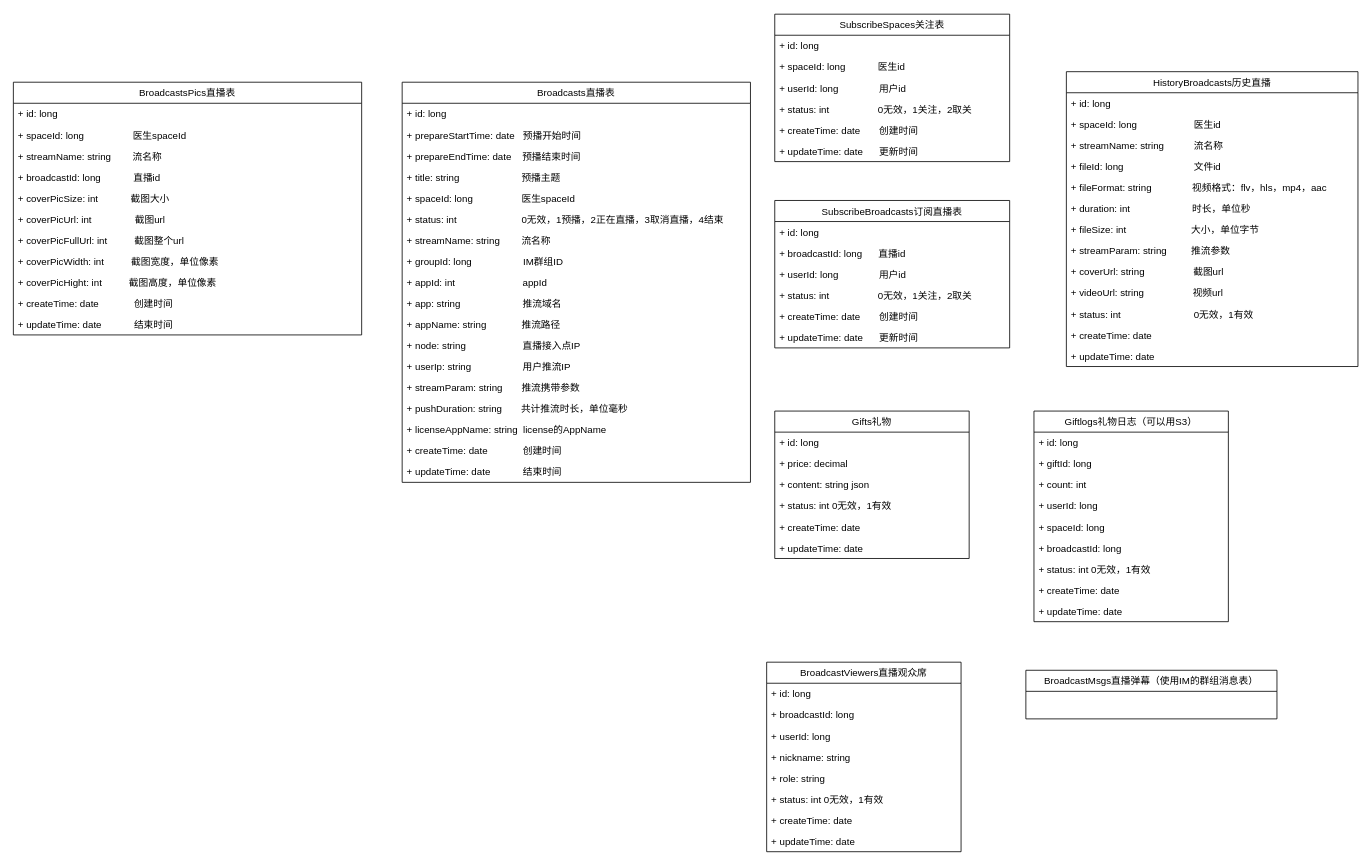
This is 直播类图.drawio from qq584686739/draw, a draw.io file, before an edit. Source tidied: cells renumbered, new cells numbered last; positions are measured from the earlier drawing's top-left corner, leaving out a move shared by most shapes. Both pictures are drawn from the tidied source at 81%, with x=0, y=0 at pixel (13, 14).
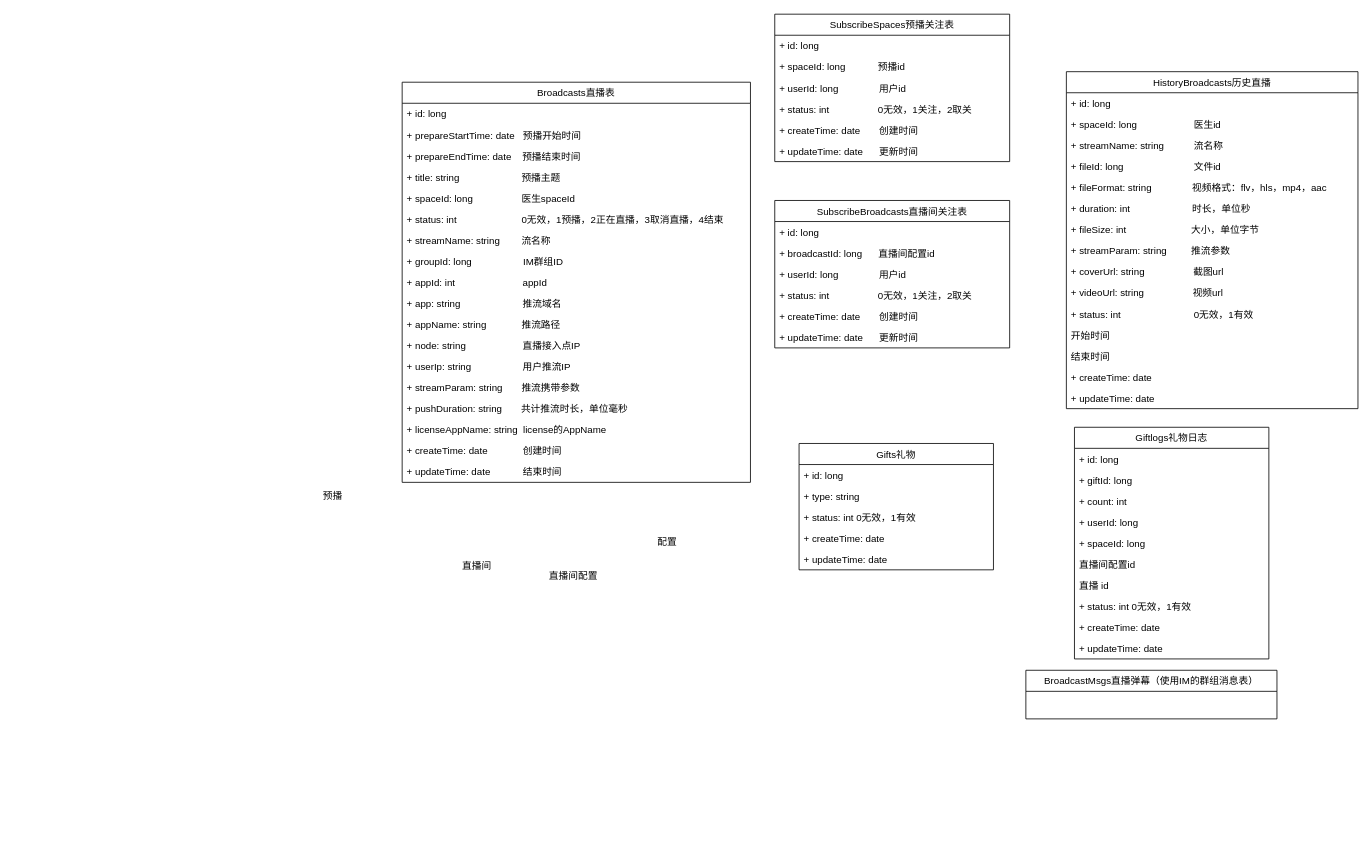
The same page after the edit.

Diff of the diagram source:
```diff
@@
-    <mxCell id="21" value="SubscribeBroadcasts订阅直播表" style="swimlane;fontStyle=0;horizontal=1;startSize=26;fillColor=none;" parent="1" vertex="1">
+    <mxCell id="21" value="SubscribeBroadcasts直播间关注表" style="swimlane;fontStyle=0;horizontal=1;startSize=26;fillColor=none;" parent="1" vertex="1">
       <mxGeometry x="940" y="230" width="290" height="182" as="geometry" />
     </mxCell>
@@
-    <mxCell id="23" value="+ broadcastId: long      直播id" style="text;strokeColor=none;fillColor=none;align=left;verticalAlign=top;spacingLeft=4;spacingRight=4;overflow=hidden;" parent="21" vertex="1">
+    <mxCell id="23" value="+ broadcastId: long      直播间配置id" style="text;strokeColor=none;fillColor=none;align=left;verticalAlign=top;spacingLeft=4;spacingRight=4;overflow=hidden;" parent="21" vertex="1">
       <mxGeometry y="52" width="290" height="26" as="geometry" />
     </mxCell>
@@
-    <mxCell id="28" value="Gifts礼物" style="swimlane;fontStyle=0;horizontal=1;startSize=26;fillColor=none;" parent="1" vertex="1">
-      <mxGeometry x="940" y="490" width="240" height="182" as="geometry" />
-    </mxCell>
-    <mxCell id="29" value="+ id: long" style="text;strokeColor=none;fillColor=none;align=left;verticalAlign=top;spacingLeft=4;spacingRight=4;overflow=hidden;" parent="28" vertex="1">
-      <mxGeometry y="26" width="240" height="26" as="geometry" />
-    </mxCell>
-    <mxCell id="30" value="+ price: decimal" style="text;strokeColor=none;fillColor=none;align=left;verticalAlign=top;spacingLeft=4;spacingRight=4;overflow=hidden;" parent="28" vertex="1">
-      <mxGeometry y="52" width="240" height="26" as="geometry" />
-    </mxCell>
-    <mxCell id="31" value="+ content: string json" style="text;strokeColor=none;fillColor=none;align=left;verticalAlign=top;spacingLeft=4;spacingRight=4;overflow=hidden;" parent="28" vertex="1">
-      <mxGeometry y="78" width="240" height="26" as="geometry" />
-    </mxCell>
-    <mxCell id="32" value="+ status: int 0无效，1有效" style="text;strokeColor=none;fillColor=none;align=left;verticalAlign=top;spacingLeft=4;spacingRight=4;overflow=hidden;" parent="28" vertex="1">
-      <mxGeometry y="104" width="240" height="26" as="geometry" />
-    </mxCell>
-    <mxCell id="33" value="+ createTime: date" style="text;strokeColor=none;fillColor=none;align=left;verticalAlign=top;spacingLeft=4;spacingRight=4;overflow=hidden;" parent="28" vertex="1">
-      <mxGeometry y="130" width="240" height="26" as="geometry" />
-    </mxCell>
-    <mxCell id="34" value="+ updateTime: date" style="text;strokeColor=none;fillColor=none;align=left;verticalAlign=top;spacingLeft=4;spacingRight=4;overflow=hidden;" parent="28" vertex="1">
-      <mxGeometry y="156" width="240" height="26" as="geometry" />
-    </mxCell>
-    <mxCell id="35" value="Giftlogs礼物日志（可以用S3）" style="swimlane;fontStyle=0;horizontal=1;startSize=26;fillColor=none;" parent="1" vertex="1">
-      <mxGeometry x="1260" y="490" width="240" height="260" as="geometry" />
-    </mxCell>
-    <mxCell id="36" value="+ id: long" style="text;strokeColor=none;fillColor=none;align=left;verticalAlign=top;spacingLeft=4;spacingRight=4;overflow=hidden;" parent="35" vertex="1">
-      <mxGeometry y="26" width="240" height="26" as="geometry" />
-    </mxCell>
-    <mxCell id="37" value="+ giftId: long" style="text;strokeColor=none;fillColor=none;align=left;verticalAlign=top;spacingLeft=4;spacingRight=4;overflow=hidden;" parent="35" vertex="1">
-      <mxGeometry y="52" width="240" height="26" as="geometry" />
-    </mxCell>
-    <mxCell id="38" value="+ count: int" style="text;strokeColor=none;fillColor=none;align=left;verticalAlign=top;spacingLeft=4;spacingRight=4;overflow=hidden;" parent="35" vertex="1">
-      <mxGeometry y="78" width="240" height="26" as="geometry" />
-    </mxCell>
-    <mxCell id="39" value="+ userId: long" style="text;strokeColor=none;fillColor=none;align=left;verticalAlign=top;spacingLeft=4;spacingRight=4;overflow=hidden;" parent="35" vertex="1">
-      <mxGeometry y="104" width="240" height="26" as="geometry" />
-    </mxCell>
-    <mxCell id="40" value="+ spaceId: long" style="text;strokeColor=none;fillColor=none;align=left;verticalAlign=top;spacingLeft=4;spacingRight=4;overflow=hidden;" parent="35" vertex="1">
-      <mxGeometry y="130" width="240" height="26" as="geometry" />
-    </mxCell>
-    <mxCell id="41" value="+ broadcastId: long" style="text;strokeColor=none;fillColor=none;align=left;verticalAlign=top;spacingLeft=4;spacingRight=4;overflow=hidden;" parent="35" vertex="1">
-      <mxGeometry y="156" width="240" height="26" as="geometry" />
-    </mxCell>
-    <mxCell id="42" value="+ status: int 0无效，1有效" style="text;strokeColor=none;fillColor=none;align=left;verticalAlign=top;spacingLeft=4;spacingRight=4;overflow=hidden;" parent="35" vertex="1">
-      <mxGeometry y="182" width="240" height="26" as="geometry" />
-    </mxCell>
-    <mxCell id="43" value="+ createTime: date" style="text;strokeColor=none;fillColor=none;align=left;verticalAlign=top;spacingLeft=4;spacingRight=4;overflow=hidden;" parent="35" vertex="1">
-      <mxGeometry y="208" width="240" height="26" as="geometry" />
-    </mxCell>
-    <mxCell id="44" value="+ updateTime: date" style="text;strokeColor=none;fillColor=none;align=left;verticalAlign=top;spacingLeft=4;spacingRight=4;overflow=hidden;" parent="35" vertex="1">
-      <mxGeometry y="234" width="240" height="26" as="geometry" />
-    </mxCell>
-    <mxCell id="45" value="SubscribeSpaces关注表" style="swimlane;fontStyle=0;horizontal=1;startSize=26;fillColor=none;" parent="1" vertex="1">
+    <mxCell id="45" value="SubscribeSpaces预播关注表" style="swimlane;fontStyle=0;horizontal=1;startSize=26;fillColor=none;" parent="1" vertex="1">
       <mxGeometry x="940" width="290" height="182" as="geometry" />
     </mxCell>
@@
-    <mxCell id="47" value="+ spaceId: long            医生id" style="text;strokeColor=none;fillColor=none;align=left;verticalAlign=top;spacingLeft=4;spacingRight=4;overflow=hidden;" parent="45" vertex="1">
+    <mxCell id="47" value="+ spaceId: long            预播id" style="text;strokeColor=none;fillColor=none;align=left;verticalAlign=top;spacingLeft=4;spacingRight=4;overflow=hidden;" parent="45" vertex="1">
       <mxGeometry y="52" width="290" height="26" as="geometry" />
     </mxCell>
@@
     <mxCell id="52" value="HistoryBroadcasts历史直播" style="swimlane;fontStyle=0;horizontal=1;startSize=26;fillColor=none;" parent="1" vertex="1">
-      <mxGeometry x="1300" y="71" width="360" height="364" as="geometry" />
+      <mxGeometry x="1300" y="71" width="360" height="416" as="geometry" />
     </mxCell>
@@
+    <mxCell id="88" value="开始时间" style="text;strokeColor=none;fillColor=none;align=left;verticalAlign=top;spacingLeft=4;spacingRight=4;overflow=hidden;" parent="52" vertex="1">
+      <mxGeometry y="312" width="360" height="26" as="geometry" />
+    </mxCell>
+    <mxCell id="89" value="结束时间" style="text;strokeColor=none;fillColor=none;align=left;verticalAlign=top;spacingLeft=4;spacingRight=4;overflow=hidden;" parent="52" vertex="1">
+      <mxGeometry y="338" width="360" height="26" as="geometry" />
+    </mxCell>
     <mxCell id="64" value="+ createTime: date" style="text;strokeColor=none;fillColor=none;align=left;verticalAlign=top;spacingLeft=4;spacingRight=4;overflow=hidden;" parent="52" vertex="1">
-      <mxGeometry y="312" width="360" height="26" as="geometry" />
+      <mxGeometry y="364" width="360" height="26" as="geometry" />
     </mxCell>
     <mxCell id="65" value="+ updateTime: date" style="text;strokeColor=none;fillColor=none;align=left;verticalAlign=top;spacingLeft=4;spacingRight=4;overflow=hidden;" parent="52" vertex="1">
-      <mxGeometry y="338" width="360" height="26" as="geometry" />
+      <mxGeometry y="390" width="360" height="26" as="geometry" />
     </mxCell>
-    <mxCell id="66" value="BroadcastsPics直播表" style="swimlane;fontStyle=0;horizontal=1;startSize=26;fillColor=none;" parent="1" vertex="1">
-      <mxGeometry y="84" width="430" height="312" as="geometry" />
-    </mxCell>
-    <mxCell id="67" value="+ id: long" style="text;strokeColor=none;fillColor=none;align=left;verticalAlign=top;spacingLeft=4;spacingRight=4;overflow=hidden;" parent="66" vertex="1">
-      <mxGeometry y="26" width="430" height="26" as="geometry" />
-    </mxCell>
-    <mxCell id="68" value="+ spaceId: long                  医生spaceId" style="text;strokeColor=none;fillColor=none;align=left;verticalAlign=top;spacingLeft=4;spacingRight=4;overflow=hidden;" parent="66" vertex="1">
-      <mxGeometry y="52" width="430" height="26" as="geometry" />
-    </mxCell>
-    <mxCell id="69" value="+ streamName: string        流名称" style="text;strokeColor=none;fillColor=none;align=left;verticalAlign=top;spacingLeft=4;spacingRight=4;overflow=hidden;" parent="66" vertex="1">
-      <mxGeometry y="78" width="430" height="26" as="geometry" />
-    </mxCell>
-    <mxCell id="70" value="+ broadcastId: long            直播id" style="text;strokeColor=none;fillColor=none;align=left;verticalAlign=top;spacingLeft=4;spacingRight=4;overflow=hidden;" parent="66" vertex="1">
-      <mxGeometry y="104" width="430" height="26" as="geometry" />
-    </mxCell>
-    <mxCell id="71" value="+ coverPicSize: int            截图大小" style="text;strokeColor=none;fillColor=none;align=left;verticalAlign=top;spacingLeft=4;spacingRight=4;overflow=hidden;" parent="66" vertex="1">
-      <mxGeometry y="130" width="430" height="26" as="geometry" />
-    </mxCell>
-    <mxCell id="72" value="+ coverPicUrl: int                截图url" style="text;strokeColor=none;fillColor=none;align=left;verticalAlign=top;spacingLeft=4;spacingRight=4;overflow=hidden;" parent="66" vertex="1">
-      <mxGeometry y="156" width="430" height="26" as="geometry" />
-    </mxCell>
-    <mxCell id="73" value="+ coverPicFullUrl: int          截图整个url" style="text;strokeColor=none;fillColor=none;align=left;verticalAlign=top;spacingLeft=4;spacingRight=4;overflow=hidden;" parent="66" vertex="1">
-      <mxGeometry y="182" width="430" height="26" as="geometry" />
-    </mxCell>
-    <mxCell id="74" value="+ coverPicWidth: int          截图宽度，单位像素" style="text;strokeColor=none;fillColor=none;align=left;verticalAlign=top;spacingLeft=4;spacingRight=4;overflow=hidden;" parent="66" vertex="1">
-      <mxGeometry y="208" width="430" height="26" as="geometry" />
-    </mxCell>
-    <mxCell id="75" value="+ coverPicHight: int          截图高度，单位像素" style="text;strokeColor=none;fillColor=none;align=left;verticalAlign=top;spacingLeft=4;spacingRight=4;overflow=hidden;" parent="66" vertex="1">
-      <mxGeometry y="234" width="430" height="26" as="geometry" />
-    </mxCell>
-    <mxCell id="76" value="+ createTime: date             创建时间" style="text;strokeColor=none;fillColor=none;align=left;verticalAlign=top;spacingLeft=4;spacingRight=4;overflow=hidden;" parent="66" vertex="1">
-      <mxGeometry y="260" width="430" height="26" as="geometry" />
-    </mxCell>
-    <mxCell id="77" value="+ updateTime: date            结束时间" style="text;strokeColor=none;fillColor=none;align=left;verticalAlign=top;spacingLeft=4;spacingRight=4;overflow=hidden;" parent="66" vertex="1">
-      <mxGeometry y="286" width="430" height="26" as="geometry" />
-    </mxCell>
-    <mxCell id="78" value="BroadcastViewers直播观众席" style="swimlane;fontStyle=0;horizontal=1;startSize=26;fillColor=none;" parent="1" vertex="1">
-      <mxGeometry x="930" y="800" width="240" height="234" as="geometry" />
-    </mxCell>
-    <mxCell id="79" value="+ id: long" style="text;strokeColor=none;fillColor=none;align=left;verticalAlign=top;spacingLeft=4;spacingRight=4;overflow=hidden;" parent="78" vertex="1">
-      <mxGeometry y="26" width="240" height="26" as="geometry" />
-    </mxCell>
-    <mxCell id="80" value="+ broadcastId: long" style="text;strokeColor=none;fillColor=none;align=left;verticalAlign=top;spacingLeft=4;spacingRight=4;overflow=hidden;" parent="78" vertex="1">
-      <mxGeometry y="52" width="240" height="26" as="geometry" />
-    </mxCell>
-    <mxCell id="81" value="+ userId: long" style="text;strokeColor=none;fillColor=none;align=left;verticalAlign=top;spacingLeft=4;spacingRight=4;overflow=hidden;" parent="78" vertex="1">
-      <mxGeometry y="78" width="240" height="26" as="geometry" />
-    </mxCell>
-    <mxCell id="82" value="+ nickname: string" style="text;strokeColor=none;fillColor=none;align=left;verticalAlign=top;spacingLeft=4;spacingRight=4;overflow=hidden;" parent="78" vertex="1">
-      <mxGeometry y="104" width="240" height="26" as="geometry" />
-    </mxCell>
-    <mxCell id="83" value="+ role: string" style="text;strokeColor=none;fillColor=none;align=left;verticalAlign=top;spacingLeft=4;spacingRight=4;overflow=hidden;" parent="78" vertex="1">
-      <mxGeometry y="130" width="240" height="26" as="geometry" />
-    </mxCell>
-    <mxCell id="84" value="+ status: int 0无效，1有效" style="text;strokeColor=none;fillColor=none;align=left;verticalAlign=top;spacingLeft=4;spacingRight=4;overflow=hidden;" parent="78" vertex="1">
-      <mxGeometry y="156" width="240" height="26" as="geometry" />
-    </mxCell>
-    <mxCell id="85" value="+ createTime: date" style="text;strokeColor=none;fillColor=none;align=left;verticalAlign=top;spacingLeft=4;spacingRight=4;overflow=hidden;" parent="78" vertex="1">
-      <mxGeometry y="182" width="240" height="26" as="geometry" />
-    </mxCell>
-    <mxCell id="86" value="+ updateTime: date" style="text;strokeColor=none;fillColor=none;align=left;verticalAlign=top;spacingLeft=4;spacingRight=4;overflow=hidden;" parent="78" vertex="1">
-      <mxGeometry y="208" width="240" height="26" as="geometry" />
-    </mxCell>
@@
+    <mxCell id="35" value="Giftlogs礼物日志" style="swimlane;fontStyle=0;horizontal=1;startSize=26;fillColor=none;" parent="1" vertex="1">
+      <mxGeometry x="1310" y="510" width="240" height="286" as="geometry" />
+    </mxCell>
+    <mxCell id="36" value="+ id: long" style="text;strokeColor=none;fillColor=none;align=left;verticalAlign=top;spacingLeft=4;spacingRight=4;overflow=hidden;" parent="35" vertex="1">
+      <mxGeometry y="26" width="240" height="26" as="geometry" />
+    </mxCell>
+    <mxCell id="37" value="+ giftId: long" style="text;strokeColor=none;fillColor=none;align=left;verticalAlign=top;spacingLeft=4;spacingRight=4;overflow=hidden;" parent="35" vertex="1">
+      <mxGeometry y="52" width="240" height="26" as="geometry" />
+    </mxCell>
+    <mxCell id="38" value="+ count: int" style="text;strokeColor=none;fillColor=none;align=left;verticalAlign=top;spacingLeft=4;spacingRight=4;overflow=hidden;" parent="35" vertex="1">
+      <mxGeometry y="78" width="240" height="26" as="geometry" />
+    </mxCell>
+    <mxCell id="39" value="+ userId: long" style="text;strokeColor=none;fillColor=none;align=left;verticalAlign=top;spacingLeft=4;spacingRight=4;overflow=hidden;" parent="35" vertex="1">
+      <mxGeometry y="104" width="240" height="26" as="geometry" />
+    </mxCell>
+    <mxCell id="40" value="+ spaceId: long" style="text;strokeColor=none;fillColor=none;align=left;verticalAlign=top;spacingLeft=4;spacingRight=4;overflow=hidden;" parent="35" vertex="1">
+      <mxGeometry y="130" width="240" height="26" as="geometry" />
+    </mxCell>
+    <mxCell id="41" value="直播间配置id" style="text;strokeColor=none;fillColor=none;align=left;verticalAlign=top;spacingLeft=4;spacingRight=4;overflow=hidden;" parent="35" vertex="1">
+      <mxGeometry y="156" width="240" height="26" as="geometry" />
+    </mxCell>
+    <mxCell id="90" value="直播 id" style="text;strokeColor=none;fillColor=none;align=left;verticalAlign=top;spacingLeft=4;spacingRight=4;overflow=hidden;" parent="35" vertex="1">
+      <mxGeometry y="182" width="240" height="26" as="geometry" />
+    </mxCell>
+    <mxCell id="42" value="+ status: int 0无效，1有效" style="text;strokeColor=none;fillColor=none;align=left;verticalAlign=top;spacingLeft=4;spacingRight=4;overflow=hidden;" parent="35" vertex="1">
+      <mxGeometry y="208" width="240" height="26" as="geometry" />
+    </mxCell>
+    <mxCell id="43" value="+ createTime: date" style="text;strokeColor=none;fillColor=none;align=left;verticalAlign=top;spacingLeft=4;spacingRight=4;overflow=hidden;" parent="35" vertex="1">
+      <mxGeometry y="234" width="240" height="26" as="geometry" />
+    </mxCell>
+    <mxCell id="44" value="+ updateTime: date" style="text;strokeColor=none;fillColor=none;align=left;verticalAlign=top;spacingLeft=4;spacingRight=4;overflow=hidden;" parent="35" vertex="1">
+      <mxGeometry y="260" width="240" height="26" as="geometry" />
+    </mxCell>
+    <mxCell id="28" value="Gifts礼物" style="swimlane;fontStyle=0;horizontal=1;startSize=26;fillColor=none;" parent="1" vertex="1">
+      <mxGeometry x="970" y="530" width="240" height="156" as="geometry" />
+    </mxCell>
+    <mxCell id="29" value="+ id: long" style="text;strokeColor=none;fillColor=none;align=left;verticalAlign=top;spacingLeft=4;spacingRight=4;overflow=hidden;" parent="28" vertex="1">
+      <mxGeometry y="26" width="240" height="26" as="geometry" />
+    </mxCell>
+    <mxCell id="31" value="+ type: string" style="text;strokeColor=none;fillColor=none;align=left;verticalAlign=top;spacingLeft=4;spacingRight=4;overflow=hidden;" parent="28" vertex="1">
+      <mxGeometry y="52" width="240" height="26" as="geometry" />
+    </mxCell>
+    <mxCell id="32" value="+ status: int 0无效，1有效" style="text;strokeColor=none;fillColor=none;align=left;verticalAlign=top;spacingLeft=4;spacingRight=4;overflow=hidden;" parent="28" vertex="1">
+      <mxGeometry y="78" width="240" height="26" as="geometry" />
+    </mxCell>
+    <mxCell id="33" value="+ createTime: date" style="text;strokeColor=none;fillColor=none;align=left;verticalAlign=top;spacingLeft=4;spacingRight=4;overflow=hidden;" parent="28" vertex="1">
+      <mxGeometry y="104" width="240" height="26" as="geometry" />
+    </mxCell>
+    <mxCell id="34" value="+ updateTime: date" style="text;strokeColor=none;fillColor=none;align=left;verticalAlign=top;spacingLeft=4;spacingRight=4;overflow=hidden;" parent="28" vertex="1">
+      <mxGeometry y="130" width="240" height="26" as="geometry" />
+    </mxCell>
+    <mxCell id="91" value="直播间" style="text;html=1;align=center;verticalAlign=middle;" parent="1" vertex="1">
+      <mxGeometry x="547" y="671" width="50" height="20" as="geometry" />
+    </mxCell>
+    <mxCell id="92" value="直播间配置" style="text;html=1;align=center;verticalAlign=middle;" parent="1" vertex="1">
+      <mxGeometry x="651" y="684" width="80" height="20" as="geometry" />
+    </mxCell>
+    <mxCell id="93" value="配置" style="text;html=1;align=center;verticalAlign=middle;" parent="1" vertex="1">
+      <mxGeometry x="787" y="642" width="40" height="20" as="geometry" />
+    </mxCell>
+    <mxCell id="94" value="预播" style="text;html=1;align=center;verticalAlign=middle;" parent="1" vertex="1">
+      <mxGeometry x="374" y="585" width="40" height="20" as="geometry" />
+    </mxCell>
```
